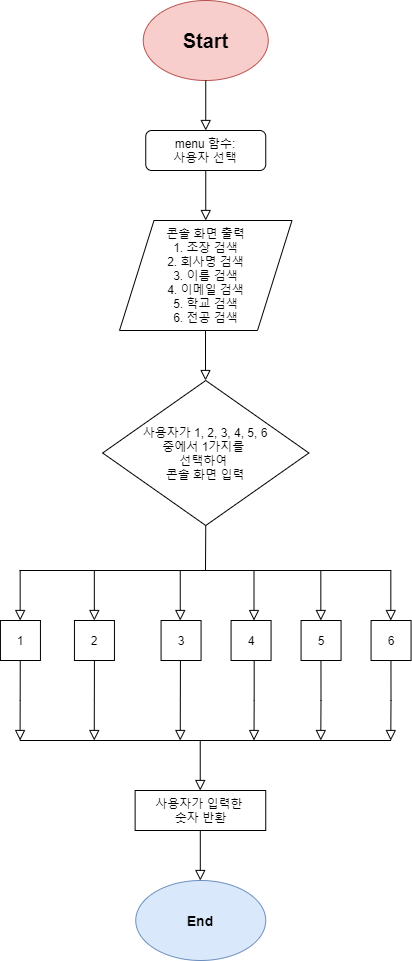
Before: TeamProject_20200519/image/menu_Function.png, a diagram exported from draw.io (ksa-banana/C_Programming). Source tidied: cells renumbered, new cells last; positions are measured from the earlier drawing's top-left corner, leaving out a move shared by most shapes.
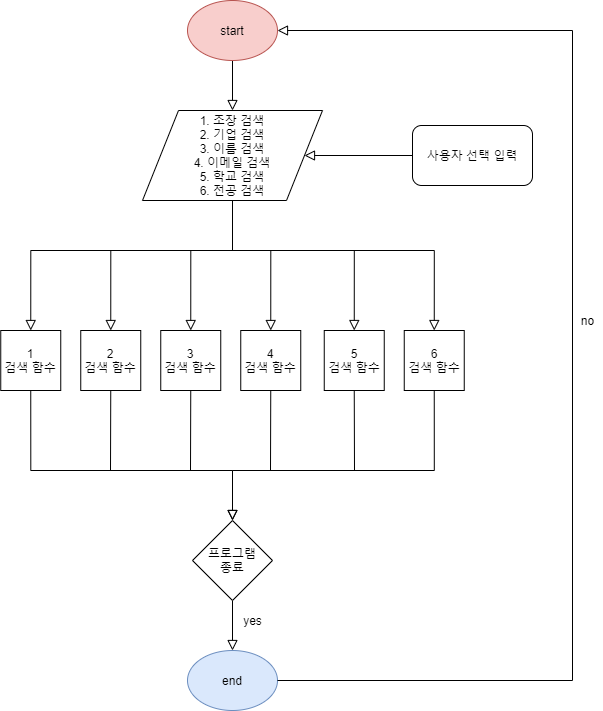
The same file after the commit.

Commit message:
flow chart image

What changed in the source:
```diff
@@ -1,177 +1,139 @@
 <mxGraphModel>
   <root>
-    <mxCell id="0" />
-    <mxCell id="1" parent="0" />
-    <mxCell id="2" style="rounded=0;html=1;jettySize=auto;fontSize=11;endArrow=block;endFill=0;endSize=8;strokeWidth=1;shadow=0;labelBackgroundColor=none;edgeStyle=orthogonalEdgeStyle;" parent="1" edge="1" source="3">
-      <mxGeometry relative="1" as="geometry">
-        <mxPoint x="205.2" y="220" as="targetPoint" />
-      </mxGeometry>
-    </mxCell>
-    <mxCell id="3" value="menu 함수:&lt;br&gt;사용자 선택" style="rounded=1;whiteSpace=wrap;html=1;fontSize=12;glass=0;strokeWidth=1;shadow=0;" parent="1" vertex="1">
-      <mxGeometry x="145.2" y="130" width="120" height="40" as="geometry" />
-    </mxCell>
-    <mxCell id="4" value="&lt;h3 style=&quot;font-size: 20px&quot;&gt;Start&lt;/h3&gt;" style="ellipse;whiteSpace=wrap;html=1;fillColor=#f8cecc;strokeColor=#b85450;" parent="1" vertex="1">
-      <mxGeometry x="142.8" width="125" height="80" as="geometry" />
-    </mxCell>
-    <mxCell id="5" style="rounded=0;html=1;jettySize=auto;fontSize=11;endArrow=block;endFill=0;endSize=8;strokeWidth=1;shadow=0;labelBackgroundColor=none;edgeStyle=orthogonalEdgeStyle;exitX=0.5;exitY=1;exitDx=0;exitDy=0;entryX=0.5;entryY=0;entryDx=0;entryDy=0;" parent="1" edge="1" source="4">
-      <mxGeometry relative="1" as="geometry">
-        <mxPoint x="205.2" y="130" as="targetPoint" />
-      </mxGeometry>
-    </mxCell>
-    <mxCell id="6" value="콘솔 화면 출력&lt;br&gt;1. 조장 검색&lt;br&gt;2. 회사명 검색&lt;br&gt;3. 이름 검색&lt;br&gt;4. 이메일 검색&lt;br&gt;5. 학교 검색&lt;br&gt;6. 전공 검색" style="shape=parallelogram;perimeter=parallelogramPerimeter;whiteSpace=wrap;html=1;" parent="1" vertex="1">
-      <mxGeometry x="119" y="220" width="172.5" height="110" as="geometry" />
-    </mxCell>
-    <mxCell id="7" style="rounded=0;html=1;jettySize=auto;orthogonalLoop=1;fontSize=11;endArrow=block;endFill=0;endSize=8;strokeWidth=1;shadow=0;labelBackgroundColor=none;edgeStyle=orthogonalEdgeStyle;" parent="1" edge="1">
-      <mxGeometry relative="1" as="geometry">
-        <mxPoint x="205" y="330" as="sourcePoint" />
-        <mxPoint x="205" y="380" as="targetPoint" />
-      </mxGeometry>
-    </mxCell>
-    <mxCell id="8" value="&lt;span&gt;사용자가 1, 2, 3, 4, 5, 6&lt;/span&gt;&lt;br&gt;&lt;span&gt;중에서 1가지를&amp;nbsp;&lt;/span&gt;&lt;br&gt;&lt;span&gt;선택하여&amp;nbsp;&lt;/span&gt;&lt;br&gt;&lt;span&gt;콘솔 화면 입력&lt;/span&gt;" style="rhombus;whiteSpace=wrap;html=1;" parent="1" vertex="1">
-      <mxGeometry x="102.1" y="380" width="206.2" height="145" as="geometry" />
-    </mxCell>
-    <mxCell id="9" style="endArrow=none;html=1;entryX=0.5;entryY=1;entryDx=0;entryDy=0;" parent="1" edge="1" target="8">
-      <mxGeometry relative="1" as="geometry">
-        <mxPoint x="205" y="570" as="sourcePoint" />
-      </mxGeometry>
-    </mxCell>
-    <mxCell id="10" style="endArrow=none;html=1;" parent="1" edge="1">
-      <mxGeometry relative="1" as="geometry">
-        <mxPoint x="19" y="570" as="sourcePoint" />
-        <mxPoint x="390.6" y="570" as="targetPoint" />
-      </mxGeometry>
-    </mxCell>
-    <mxCell id="11" value="1" style="rounded=0;whiteSpace=wrap;html=1;" parent="1" vertex="1">
-      <mxGeometry x="-0.1" y="620" width="40" height="40" as="geometry" />
-    </mxCell>
-    <mxCell id="12" value="2" style="rounded=0;whiteSpace=wrap;html=1;" parent="1" vertex="1">
-      <mxGeometry x="73.9" y="620" width="40" height="40" as="geometry" />
-    </mxCell>
-    <mxCell id="13" value="3" style="rounded=0;whiteSpace=wrap;html=1;" parent="1" vertex="1">
-      <mxGeometry x="160.6" y="620" width="40" height="40" as="geometry" />
-    </mxCell>
-    <mxCell id="14" value="4" style="rounded=0;whiteSpace=wrap;html=1;" parent="1" vertex="1">
-      <mxGeometry x="230.6" y="620" width="40" height="40" as="geometry" />
-    </mxCell>
-    <mxCell id="15" style="rounded=0;html=1;jettySize=auto;orthogonalLoop=1;fontSize=11;endArrow=block;endFill=0;endSize=8;strokeWidth=1;shadow=0;labelBackgroundColor=none;edgeStyle=orthogonalEdgeStyle;" parent="1" edge="1">
-      <mxGeometry relative="1" as="geometry">
-        <mxPoint x="199.7" y="740" as="sourcePoint" />
-        <mxPoint x="199.7" y="790" as="targetPoint" />
-      </mxGeometry>
-    </mxCell>
-    <mxCell id="16" value="사용자가 입력한 &lt;br&gt;숫자 반환" style="rounded=0;whiteSpace=wrap;html=1;" parent="1" vertex="1">
-      <mxGeometry x="134.6" y="790" width="130.6" height="40" as="geometry" />
-    </mxCell>
-    <mxCell id="17" style="endArrow=none;html=1;" parent="1" edge="1">
-      <mxGeometry relative="1" as="geometry">
-        <mxPoint x="19.2" y="740" as="sourcePoint" />
-        <mxPoint x="390.6" y="740" as="targetPoint" />
-      </mxGeometry>
-    </mxCell>
-    <mxCell id="18" value="&lt;h3&gt;End&lt;/h3&gt;" style="ellipse;whiteSpace=wrap;html=1;fillColor=#dae8fc;strokeColor=#6c8ebf;" parent="1" vertex="1">
-      <mxGeometry x="135.2" y="880" width="130" height="80" as="geometry" />
-    </mxCell>
-    <mxCell id="19" style="rounded=0;html=1;jettySize=auto;orthogonalLoop=1;fontSize=11;endArrow=block;endFill=0;endSize=8;strokeWidth=1;shadow=0;labelBackgroundColor=none;edgeStyle=orthogonalEdgeStyle;" parent="1" edge="1">
-      <mxGeometry relative="1" as="geometry">
-        <mxPoint x="199.8" y="830" as="sourcePoint" />
-        <mxPoint x="199.8" y="880" as="targetPoint" />
-      </mxGeometry>
-    </mxCell>
-    <mxCell id="20" style="rounded=0;html=1;jettySize=auto;orthogonalLoop=1;fontSize=11;endArrow=block;endFill=0;endSize=8;strokeWidth=1;shadow=0;labelBackgroundColor=none;edgeStyle=orthogonalEdgeStyle;" parent="1" edge="1">
-      <mxGeometry relative="1" as="geometry">
-        <mxPoint x="19.7" y="570" as="sourcePoint" />
-        <mxPoint x="19.7" y="620" as="targetPoint" />
-      </mxGeometry>
-    </mxCell>
-    <mxCell id="21" style="rounded=0;html=1;jettySize=auto;orthogonalLoop=1;fontSize=11;endArrow=block;endFill=0;endSize=8;strokeWidth=1;shadow=0;labelBackgroundColor=none;edgeStyle=orthogonalEdgeStyle;" parent="1" edge="1">
-      <mxGeometry relative="1" as="geometry">
-        <mxPoint x="93.8" y="570" as="sourcePoint" />
-        <mxPoint x="93.8" y="620" as="targetPoint" />
-      </mxGeometry>
-    </mxCell>
-    <mxCell id="22" style="rounded=0;html=1;jettySize=auto;orthogonalLoop=1;fontSize=11;endArrow=block;endFill=0;endSize=8;strokeWidth=1;shadow=0;labelBackgroundColor=none;edgeStyle=orthogonalEdgeStyle;" parent="1" edge="1">
-      <mxGeometry relative="1" as="geometry">
-        <mxPoint x="179.7" y="570" as="sourcePoint" />
-        <mxPoint x="179.7" y="620" as="targetPoint" />
-      </mxGeometry>
-    </mxCell>
-    <mxCell id="23" style="rounded=0;html=1;jettySize=auto;orthogonalLoop=1;fontSize=11;endArrow=block;endFill=0;endSize=8;strokeWidth=1;shadow=0;labelBackgroundColor=none;edgeStyle=orthogonalEdgeStyle;" parent="1" edge="1">
-      <mxGeometry relative="1" as="geometry">
-        <mxPoint x="253.5" y="570" as="sourcePoint" />
-        <mxPoint x="253.5" y="620" as="targetPoint" />
-      </mxGeometry>
-    </mxCell>
-    <mxCell id="24" style="rounded=0;html=1;jettySize=auto;orthogonalLoop=1;fontSize=11;endArrow=block;endFill=0;endSize=8;strokeWidth=1;shadow=0;labelBackgroundColor=none;edgeStyle=orthogonalEdgeStyle;" parent="1" edge="1">
-      <mxGeometry relative="1" as="geometry">
-        <mxPoint x="19.7" y="660" as="sourcePoint" />
-        <mxPoint x="19.6" y="740" as="targetPoint" />
-        <Array as="points">
-          <mxPoint x="19.6" y="700" />
-        </Array>
-      </mxGeometry>
-    </mxCell>
-    <mxCell id="25" style="rounded=0;html=1;jettySize=auto;orthogonalLoop=1;fontSize=11;endArrow=block;endFill=0;endSize=8;strokeWidth=1;shadow=0;labelBackgroundColor=none;edgeStyle=orthogonalEdgeStyle;" parent="1" edge="1">
-      <mxGeometry relative="1" as="geometry">
-        <mxPoint x="93.9" y="660" as="sourcePoint" />
-        <mxPoint x="93.7" y="740" as="targetPoint" />
-        <Array as="points">
-          <mxPoint x="93.8" y="700" />
-        </Array>
-      </mxGeometry>
-    </mxCell>
-    <mxCell id="26" style="rounded=0;html=1;jettySize=auto;orthogonalLoop=1;fontSize=11;endArrow=block;endFill=0;endSize=8;strokeWidth=1;shadow=0;labelBackgroundColor=none;edgeStyle=orthogonalEdgeStyle;" parent="1" edge="1">
-      <mxGeometry relative="1" as="geometry">
-        <mxPoint x="179.9" y="660" as="sourcePoint" />
-        <mxPoint x="179.7" y="740" as="targetPoint" />
-        <Array as="points">
-          <mxPoint x="179.8" y="700" />
-        </Array>
-      </mxGeometry>
-    </mxCell>
-    <mxCell id="27" style="rounded=0;html=1;jettySize=auto;orthogonalLoop=1;fontSize=11;endArrow=block;endFill=0;endSize=8;strokeWidth=1;shadow=0;labelBackgroundColor=none;edgeStyle=orthogonalEdgeStyle;" parent="1" edge="1">
-      <mxGeometry relative="1" as="geometry">
-        <mxPoint x="253.7" y="660" as="sourcePoint" />
-        <mxPoint x="253.5" y="740" as="targetPoint" />
-        <Array as="points">
-          <mxPoint x="253.5" y="700" />
-        </Array>
-      </mxGeometry>
-    </mxCell>
-    <mxCell id="28" value="5" style="rounded=0;whiteSpace=wrap;html=1;" parent="1" vertex="1">
-      <mxGeometry x="300.6" y="620" width="40" height="40" as="geometry" />
-    </mxCell>
-    <mxCell id="29" value="6" style="rounded=0;whiteSpace=wrap;html=1;" parent="1" vertex="1">
-      <mxGeometry x="370.6" y="620" width="40" height="40" as="geometry" />
-    </mxCell>
-    <mxCell id="30" style="rounded=0;html=1;jettySize=auto;orthogonalLoop=1;fontSize=11;endArrow=block;endFill=0;endSize=8;strokeWidth=1;shadow=0;labelBackgroundColor=none;edgeStyle=orthogonalEdgeStyle;" parent="1" edge="1">
-      <mxGeometry relative="1" as="geometry">
-        <mxPoint x="320.3" y="570" as="sourcePoint" />
-        <mxPoint x="320.3" y="620" as="targetPoint" />
-      </mxGeometry>
-    </mxCell>
-    <mxCell id="31" style="rounded=0;html=1;jettySize=auto;orthogonalLoop=1;fontSize=11;endArrow=block;endFill=0;endSize=8;strokeWidth=1;shadow=0;labelBackgroundColor=none;edgeStyle=orthogonalEdgeStyle;" parent="1" edge="1">
-      <mxGeometry relative="1" as="geometry">
-        <mxPoint x="390.3" y="570" as="sourcePoint" />
-        <mxPoint x="390.3" y="620" as="targetPoint" />
-      </mxGeometry>
-    </mxCell>
-    <mxCell id="32" style="rounded=0;html=1;jettySize=auto;orthogonalLoop=1;fontSize=11;endArrow=block;endFill=0;endSize=8;strokeWidth=1;shadow=0;labelBackgroundColor=none;edgeStyle=orthogonalEdgeStyle;" parent="1" edge="1">
-      <mxGeometry relative="1" as="geometry">
-        <mxPoint x="320.5" y="660" as="sourcePoint" />
-        <mxPoint x="320.3" y="740" as="targetPoint" />
-        <Array as="points">
-          <mxPoint x="320.3" y="700" />
-        </Array>
-      </mxGeometry>
-    </mxCell>
-    <mxCell id="33" style="rounded=0;html=1;jettySize=auto;orthogonalLoop=1;fontSize=11;endArrow=block;endFill=0;endSize=8;strokeWidth=1;shadow=0;labelBackgroundColor=none;edgeStyle=orthogonalEdgeStyle;" parent="1" edge="1">
-      <mxGeometry relative="1" as="geometry">
-        <mxPoint x="390.5" y="660" as="sourcePoint" />
-        <mxPoint x="390.3" y="740" as="targetPoint" />
-        <Array as="points">
-          <mxPoint x="390.3" y="700" />
-        </Array>
-      </mxGeometry>
-    </mxCell>
+    <mxCell id="34" />
+    <mxCell id="35" parent="34" />
+    <mxCell id="36" style="rounded=0;html=1;jettySize=auto;fontSize=11;endArrow=block;endFill=0;endSize=8;strokeWidth=1;shadow=0;labelBackgroundColor=none;edgeStyle=orthogonalEdgeStyle;entryX=0.5;entryY=0;entryDx=0;entryDy=0;" parent="35" edge="1" target="42">
+      <mxGeometry relative="1" as="geometry">
+        <mxPoint x="179" y="280" as="sourcePoint" />
+      </mxGeometry>
+    </mxCell>
+    <mxCell id="37" value="start" style="ellipse;whiteSpace=wrap;html=1;fillColor=#f8cecc;strokeColor=#b85450;" parent="35" vertex="1">
+      <mxGeometry x="134" y="220" width="90" height="60" as="geometry" />
+    </mxCell>
+    <mxCell id="38" value="end" style="ellipse;whiteSpace=wrap;html=1;fillColor=#dae8fc;strokeColor=#6c8ebf;" parent="35" vertex="1">
+      <mxGeometry x="134" y="870" width="90" height="60" as="geometry" />
+    </mxCell>
+    <mxCell id="39" value="1&lt;br&gt;검색 함수" style="rounded=0;whiteSpace=wrap;html=1;" parent="35" vertex="1">
+      <mxGeometry x="-52.8" y="550" width="60" height="60" as="geometry" />
+    </mxCell>
+    <mxCell id="40" style="rounded=0;html=1;jettySize=auto;fontSize=11;endArrow=block;endFill=0;endSize=8;strokeWidth=1;shadow=0;labelBackgroundColor=none;edgeStyle=orthogonalEdgeStyle;entryX=0.5;entryY=0;entryDx=0;entryDy=0;exitX=0.5;exitY=1;exitDx=0;exitDy=0;" parent="35" edge="1" source="39" target="57">
+      <mxGeometry relative="1" as="geometry">
+        <Array as="points">
+          <mxPoint x="-23" y="690" />
+          <mxPoint x="179" y="690" />
+        </Array>
+      </mxGeometry>
+    </mxCell>
+    <mxCell id="41" style="rounded=0;html=1;jettySize=auto;fontSize=11;endArrow=block;endFill=0;endSize=8;strokeWidth=1;shadow=0;labelBackgroundColor=none;edgeStyle=orthogonalEdgeStyle;entryX=0.5;entryY=0;entryDx=0;entryDy=0;exitX=0.5;exitY=1;exitDx=0;exitDy=0;" parent="35" edge="1" source="57" target="38">
+      <mxGeometry relative="1" as="geometry" />
+    </mxCell>
+    <mxCell id="42" value="1. 조장 검색&lt;br&gt;2. 기업 검색&lt;br&gt;3. 이름 검색&lt;br&gt;4. 이메일 검색&lt;br&gt;5. 학교 검색&lt;br&gt;6. 전공 검색" style="shape=parallelogram;perimeter=parallelogramPerimeter;whiteSpace=wrap;html=1;" parent="35" vertex="1">
+      <mxGeometry x="89" y="330" width="180" height="90" as="geometry" />
+    </mxCell>
+    <mxCell id="43" value="사용자 선택 입력" style="rounded=1;whiteSpace=wrap;html=1;" parent="35" vertex="1">
+      <mxGeometry x="359" y="345" width="120" height="60" as="geometry" />
+    </mxCell>
+    <mxCell id="44" style="rounded=0;html=1;jettySize=auto;fontSize=11;endArrow=block;endFill=0;endSize=8;strokeWidth=1;shadow=0;labelBackgroundColor=none;edgeStyle=orthogonalEdgeStyle;entryX=1;entryY=0.5;entryDx=0;entryDy=0;exitX=0;exitY=0.5;exitDx=0;exitDy=0;" parent="35" edge="1" source="43" target="42">
+      <mxGeometry relative="1" as="geometry" />
+    </mxCell>
+    <mxCell id="45" style="endArrow=none;html=1;entryX=0.5;entryY=1;entryDx=0;entryDy=0;" parent="35" edge="1" target="42">
+      <mxGeometry relative="1" as="geometry">
+        <mxPoint x="179" y="470" as="sourcePoint" />
+      </mxGeometry>
+    </mxCell>
+    <mxCell id="46" value="2&lt;br&gt;검색 함수" style="rounded=0;whiteSpace=wrap;html=1;" parent="35" vertex="1">
+      <mxGeometry x="27.2" y="550" width="60" height="60" as="geometry" />
+    </mxCell>
+    <mxCell id="47" value="3&lt;br&gt;검색 함수" style="rounded=0;whiteSpace=wrap;html=1;" parent="35" vertex="1">
+      <mxGeometry x="107.2" y="550" width="60" height="60" as="geometry" />
+    </mxCell>
+    <mxCell id="48" value="4&lt;br&gt;검색 함수" style="rounded=0;whiteSpace=wrap;html=1;" parent="35" vertex="1">
+      <mxGeometry x="187.2" y="550" width="60" height="60" as="geometry" />
+    </mxCell>
+    <mxCell id="49" value="5&lt;br&gt;검색 함수" style="rounded=0;whiteSpace=wrap;html=1;" parent="35" vertex="1">
+      <mxGeometry x="270.8" y="550" width="60" height="60" as="geometry" />
+    </mxCell>
+    <mxCell id="50" value="6&lt;br&gt;검색 함수" style="rounded=0;whiteSpace=wrap;html=1;" parent="35" vertex="1">
+      <mxGeometry x="350.8" y="550" width="60" height="60" as="geometry" />
+    </mxCell>
+    <mxCell id="51" style="rounded=0;html=1;jettySize=auto;fontSize=11;endArrow=block;endFill=0;endSize=8;strokeWidth=1;shadow=0;labelBackgroundColor=none;edgeStyle=orthogonalEdgeStyle;entryX=0.5;entryY=0;entryDx=0;entryDy=0;" parent="35" edge="1" target="39">
+      <mxGeometry relative="1" as="geometry">
+        <mxPoint x="179" y="470" as="sourcePoint" />
+      </mxGeometry>
+    </mxCell>
+    <mxCell id="52" style="rounded=0;html=1;jettySize=auto;fontSize=11;endArrow=block;endFill=0;endSize=8;strokeWidth=1;shadow=0;labelBackgroundColor=none;edgeStyle=orthogonalEdgeStyle;entryX=0.5;entryY=0;entryDx=0;entryDy=0;" parent="35" edge="1" target="46">
+      <mxGeometry relative="1" as="geometry">
+        <mxPoint x="179" y="470" as="sourcePoint" />
+      </mxGeometry>
+    </mxCell>
+    <mxCell id="53" style="rounded=0;html=1;jettySize=auto;fontSize=11;endArrow=block;endFill=0;endSize=8;strokeWidth=1;shadow=0;labelBackgroundColor=none;edgeStyle=orthogonalEdgeStyle;entryX=0.5;entryY=0;entryDx=0;entryDy=0;" parent="35" edge="1" target="47">
+      <mxGeometry relative="1" as="geometry">
+        <mxPoint x="179" y="470" as="sourcePoint" />
+      </mxGeometry>
+    </mxCell>
+    <mxCell id="54" style="rounded=0;html=1;jettySize=auto;fontSize=11;endArrow=block;endFill=0;endSize=8;strokeWidth=1;shadow=0;labelBackgroundColor=none;edgeStyle=orthogonalEdgeStyle;entryX=0.5;entryY=0;entryDx=0;entryDy=0;" parent="35" edge="1" target="50">
+      <mxGeometry relative="1" as="geometry">
+        <mxPoint x="179" y="425" as="sourcePoint" />
+        <Array as="points">
+          <mxPoint x="179" y="470" />
+          <mxPoint x="381" y="470" />
+        </Array>
+      </mxGeometry>
+    </mxCell>
+    <mxCell id="55" style="rounded=0;html=1;jettySize=auto;fontSize=11;endArrow=block;endFill=0;endSize=8;strokeWidth=1;shadow=0;labelBackgroundColor=none;edgeStyle=orthogonalEdgeStyle;entryX=0.5;entryY=0;entryDx=0;entryDy=0;" parent="35" edge="1" target="49">
+      <mxGeometry relative="1" as="geometry">
+        <mxPoint x="179" y="470" as="sourcePoint" />
+      </mxGeometry>
+    </mxCell>
+    <mxCell id="56" style="rounded=0;html=1;jettySize=auto;fontSize=11;endArrow=block;endFill=0;endSize=8;strokeWidth=1;shadow=0;labelBackgroundColor=none;edgeStyle=orthogonalEdgeStyle;entryX=0.5;entryY=0;entryDx=0;entryDy=0;" parent="35" edge="1" target="48">
+      <mxGeometry relative="1" as="geometry">
+        <mxPoint x="179" y="470" as="sourcePoint" />
+      </mxGeometry>
+    </mxCell>
+    <mxCell id="57" value="프로그램&lt;br&gt;종료" style="rhombus;whiteSpace=wrap;html=1;" parent="35" vertex="1">
+      <mxGeometry x="139" y="740" width="80" height="80" as="geometry" />
+    </mxCell>
+    <mxCell id="58" value="yes" style="text;html=1;align=center;verticalAlign=middle;" parent="35" vertex="1">
+      <mxGeometry x="184" y="830" width="30" height="20" as="geometry" />
+    </mxCell>
+    <mxCell id="59" style="rounded=0;html=1;jettySize=auto;fontSize=11;endArrow=block;endFill=0;endSize=8;strokeWidth=1;shadow=0;labelBackgroundColor=none;edgeStyle=orthogonalEdgeStyle;entryX=0.5;entryY=0;entryDx=0;entryDy=0;exitX=0.5;exitY=1;exitDx=0;exitDy=0;" parent="35" edge="1" source="50" target="57">
+      <mxGeometry relative="1" as="geometry">
+        <Array as="points">
+          <mxPoint x="381" y="690" />
+          <mxPoint x="179" y="690" />
+        </Array>
+      </mxGeometry>
+    </mxCell>
+    <mxCell id="60" style="endArrow=none;html=1;exitX=0.5;exitY=1;exitDx=0;exitDy=0;" parent="35" edge="1" source="46">
+      <mxGeometry relative="1" as="geometry">
+        <mxPoint x="57" y="690" as="targetPoint" />
+      </mxGeometry>
+    </mxCell>
+    <mxCell id="61" style="endArrow=none;html=1;exitX=0.5;exitY=1;exitDx=0;exitDy=0;" parent="35" edge="1" source="47">
+      <mxGeometry relative="1" as="geometry">
+        <mxPoint x="137" y="690" as="targetPoint" />
+      </mxGeometry>
+    </mxCell>
+    <mxCell id="62" style="endArrow=none;html=1;exitX=0.5;exitY=1;exitDx=0;exitDy=0;" parent="35" edge="1" source="48">
+      <mxGeometry relative="1" as="geometry">
+        <mxPoint x="217" y="690" as="targetPoint" />
+      </mxGeometry>
+    </mxCell>
+    <mxCell id="63" style="endArrow=none;html=1;exitX=0.5;exitY=1;exitDx=0;exitDy=0;" parent="35" edge="1" source="49">
+      <mxGeometry relative="1" as="geometry">
+        <mxPoint x="301" y="690" as="targetPoint" />
+      </mxGeometry>
+    </mxCell>
+    <mxCell id="64" style="rounded=0;html=1;jettySize=auto;fontSize=11;endArrow=block;endFill=0;endSize=8;strokeWidth=1;shadow=0;labelBackgroundColor=none;edgeStyle=orthogonalEdgeStyle;exitX=1;exitY=0.5;exitDx=0;exitDy=0;entryX=1;entryY=0.5;entryDx=0;entryDy=0;" parent="35" edge="1" source="38" target="37">
+      <mxGeometry relative="1" as="geometry">
+        <Array as="points">
+          <mxPoint x="519" y="900" />
+          <mxPoint x="519" y="250" />
+        </Array>
+      </mxGeometry>
+    </mxCell>
+    <mxCell id="65" value="no" style="text;html=1;align=center;verticalAlign=middle;" parent="35" vertex="1">
+      <mxGeometry x="519" y="530" width="30" height="20" as="geometry" />
+    </mxCell>
   </root>
 </mxGraphModel>
```
